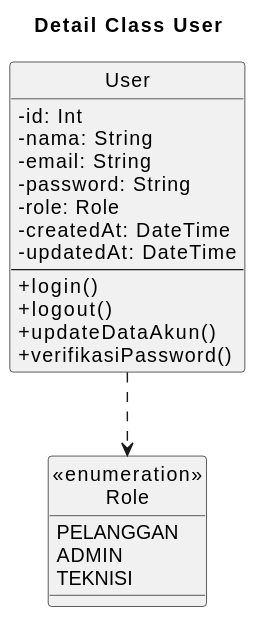
janbu12/nemafi-be keeps this PlantUML diagram as docs/plantuml/detail-classes/detail-class-user.svg. Above is the earlier version. Source of this version:
```plantuml
@startuml
title Detail Class User

skinparam classAttributeIconSize 0
hide circle

class User {
  - id: Int
  - nama: String
  - email: String
  - password: String
  - role: Role
  - createdAt: DateTime
  - updatedAt: DateTime
  --
  + login()
  + logout()
  + updateDataAkun()
  + verifikasiPassword()
}

class "«enumeration»\nRole" as Role {
  PELANGGAN
  ADMIN
  TEKNISI
}

User ..> Role
@enduml
```
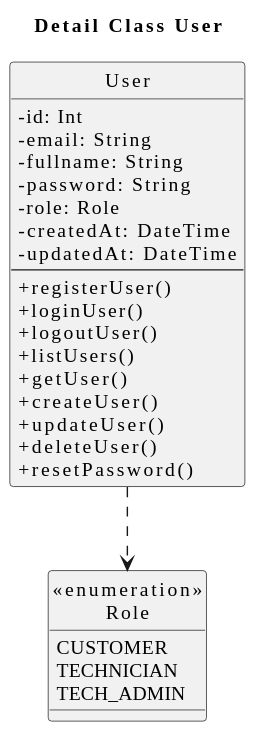
Later version of the same file.

The edit, as a diff of the source:
```diff
@@ -2,27 +2,34 @@
 title Detail Class User
 
 skinparam classAttributeIconSize 0
+skinparam shadowing false
+skinparam defaultFontName "Times New Roman"
 hide circle
 
 class User {
   - id: Int
-  - nama: String
   - email: String
+  - fullname: String
   - password: String
   - role: Role
   - createdAt: DateTime
   - updatedAt: DateTime
   --
-  + login()
-  + logout()
-  + updateDataAkun()
-  + verifikasiPassword()
+  + registerUser()
+  + loginUser()
+  + logoutUser()
+  + listUsers()
+  + getUser()
+  + createUser()
+  + updateUser()
+  + deleteUser()
+  + resetPassword()
 }
 
 class "«enumeration»\nRole" as Role {
-  PELANGGAN
-  ADMIN
-  TEKNISI
+  CUSTOMER
+  TECHNICIAN
+  TECH_ADMIN
 }
 
 User ..> Role
```
